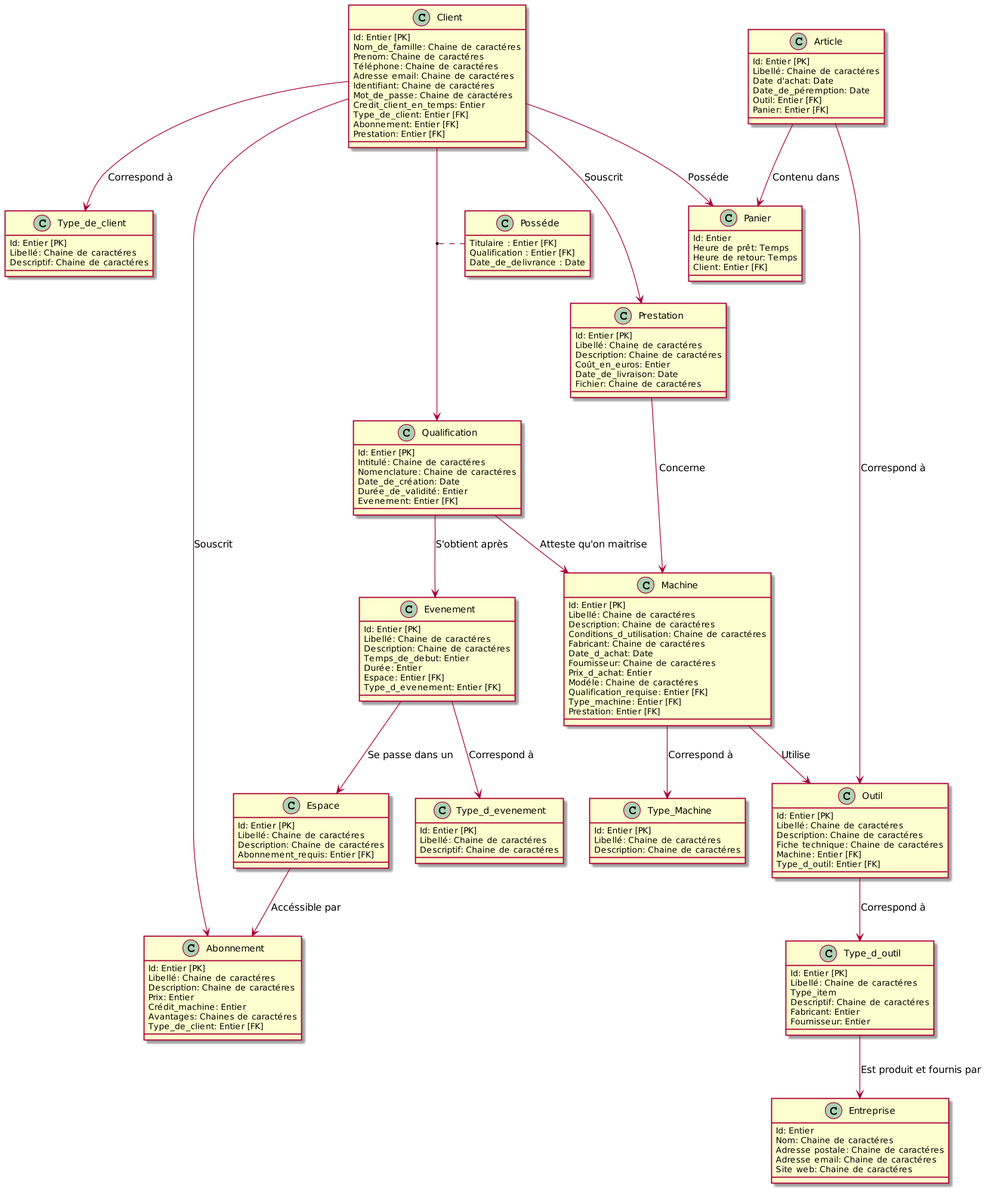
Vicken-Ghoubiguian/ANOVFabmanager keeps this PlantUML diagram as documentation/conception_BDD/schéma_BDD.png. Above is the earlier version.
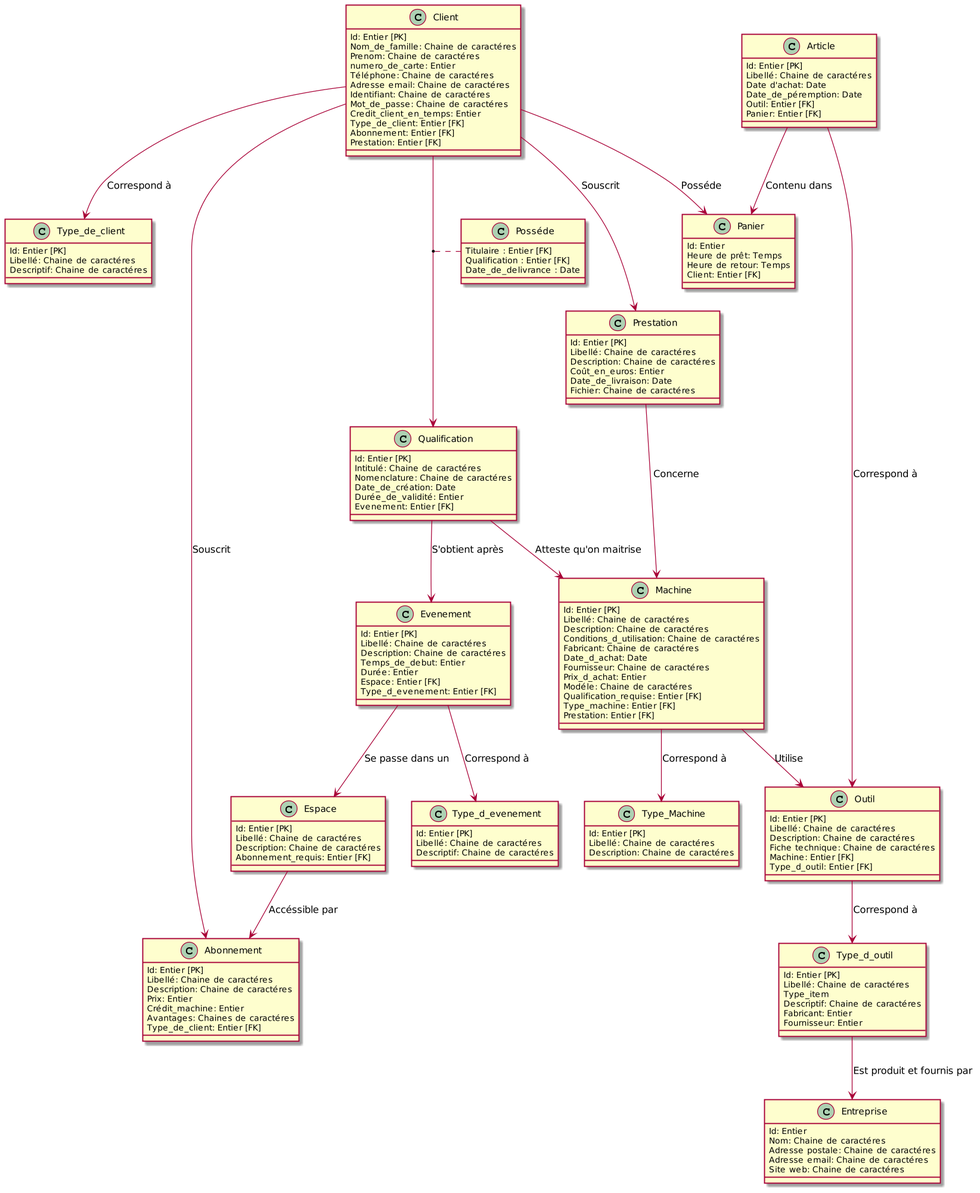
The same file after the commit.

Commit message:
Mise à jour de l'image schéma_BDD.png

What changed in the source:
```diff
@@ -5,6 +5,7 @@
     Id: Entier [PK]
     Nom_de_famille: Chaine de caractéres
     Prenom: Chaine de caractéres
+    numero_de_carte: Entier
     Téléphone: Chaine de caractéres
     Adresse email: Chaine de caractéres
     Identifiant: Chaine de caractéres
```
